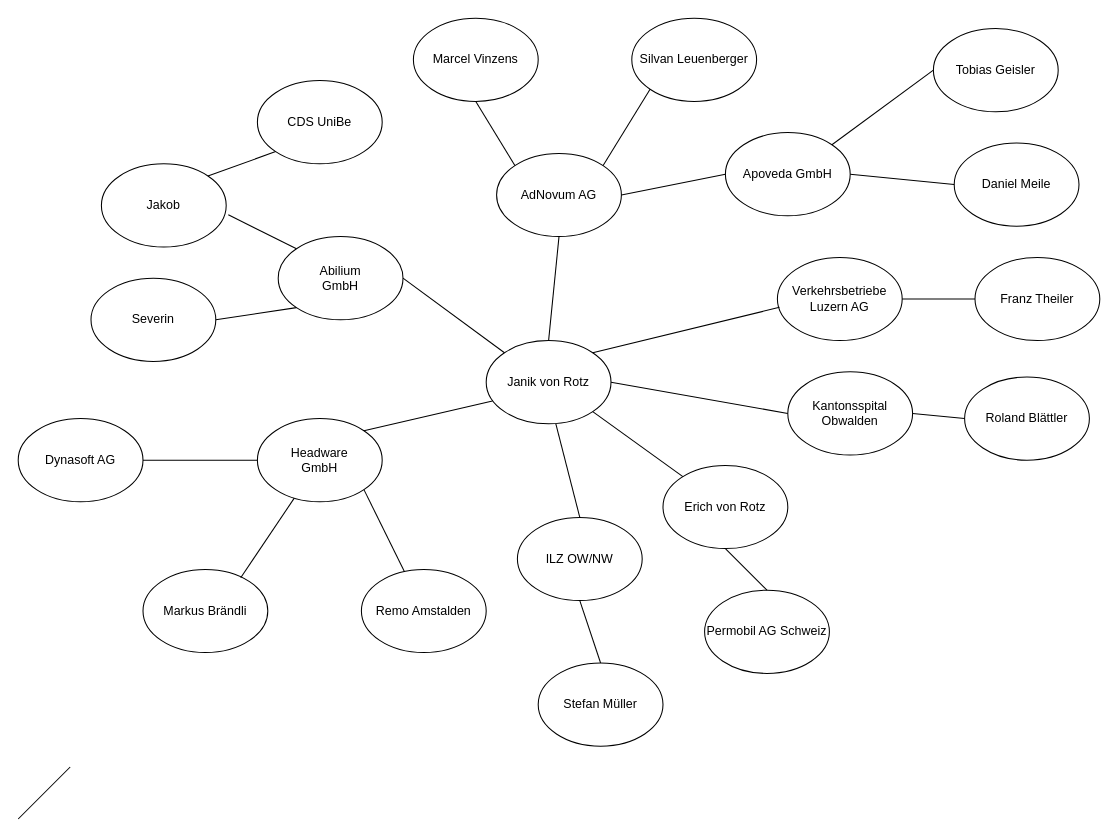
Above: Business Network.drawio in szumbrunn/network (draw.io), before the change. Source tidied: cells renumbered, new cells numbered last; positions are measured from the earlier drawing's top-left corner, leaving out a move shared by most shapes. Both pictures are drawn from the tidied source at 104%, with x=0, y=0 at pixel (18, 18).
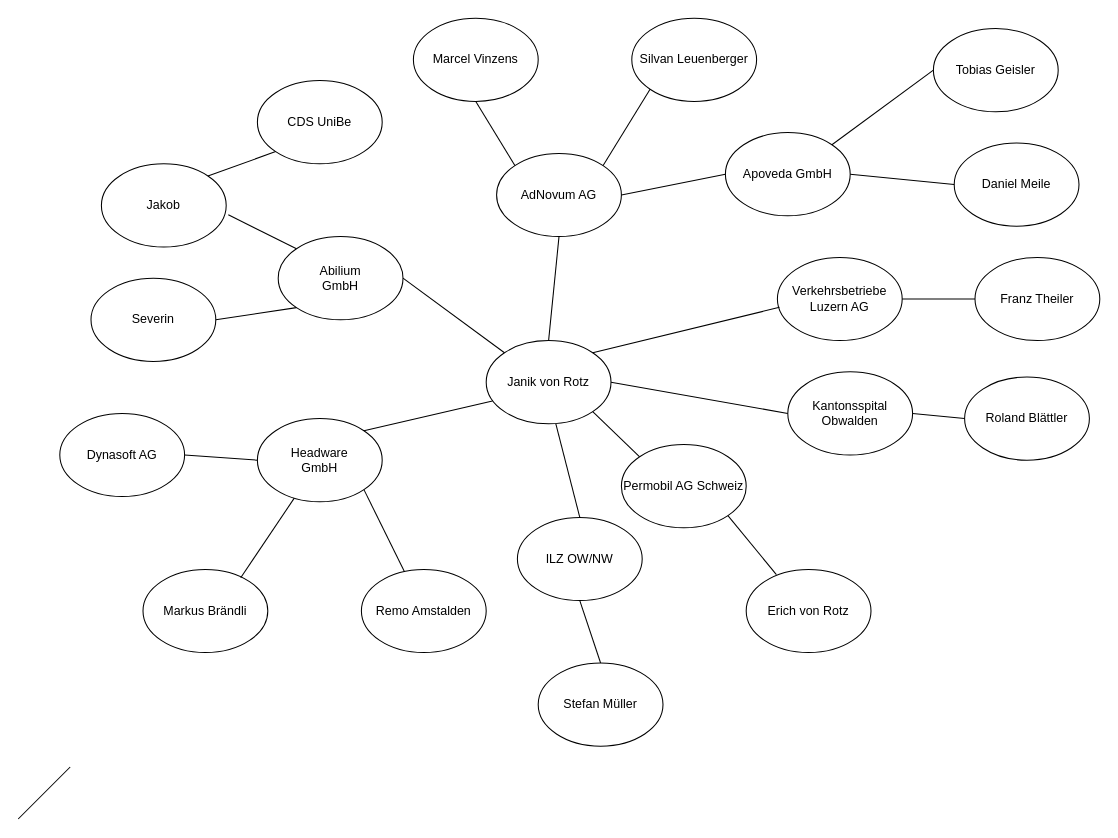
The same page after the edit.

The change refers to these unchanged cells:
```xml
<mxCell id="2" value="Janik von Rotz" style="ellipse;whiteSpace=wrap;html=1;" parent="1" vertex="1">
  <mxGeometry x="450" y="310" width="120" height="80" as="geometry" />
</mxCell>
```

Diff of the diagram source:
```diff
@@
     <mxCell id="9" value="Dynasoft AG" style="ellipse;whiteSpace=wrap;html=1;" parent="1" vertex="1">
-      <mxGeometry y="385" width="120" height="80" as="geometry" />
+      <mxGeometry x="40" y="380" width="120" height="80" as="geometry" />
     </mxCell>
@@
     <mxCell id="16" value="Erich von Rotz" style="ellipse;whiteSpace=wrap;html=1;" parent="1" vertex="1">
-      <mxGeometry x="620" y="430" width="120" height="80" as="geometry" />
+      <mxGeometry x="700" y="530" width="120" height="80" as="geometry" />
     </mxCell>
-    <mxCell id="17" style="endArrow=none;html=1;entryX=1;entryY=1;entryDx=0;entryDy=0;" parent="1" edge="1" source="16" target="2">
+    <mxCell id="17" style="endArrow=none;html=1;entryX=1;entryY=1;entryDx=0;entryDy=0;exitX=0;exitY=0;exitDx=0;exitDy=0;" parent="1" edge="1" source="18" target="2">
       <mxGeometry relative="1" as="geometry" />
     </mxCell>
     <mxCell id="18" value="Permobil AG Schweiz" style="ellipse;whiteSpace=wrap;html=1;" parent="1" vertex="1">
-      <mxGeometry x="660" y="550" width="120" height="80" as="geometry" />
+      <mxGeometry x="580" y="410" width="120" height="80" as="geometry" />
     </mxCell>
-    <mxCell id="19" style="endArrow=none;html=1;entryX=0.5;entryY=1;entryDx=0;entryDy=0;exitX=0.5;exitY=0;exitDx=0;exitDy=0;" parent="1" edge="1" source="18" target="16">
+    <mxCell id="19" style="endArrow=none;html=1;exitX=1;exitY=1;exitDx=0;exitDy=0;entryX=0.242;entryY=0.063;entryDx=0;entryDy=0;entryPerimeter=0;" parent="1" edge="1" source="18" target="16">
       <mxGeometry relative="1" as="geometry" />
     </mxCell>
```
